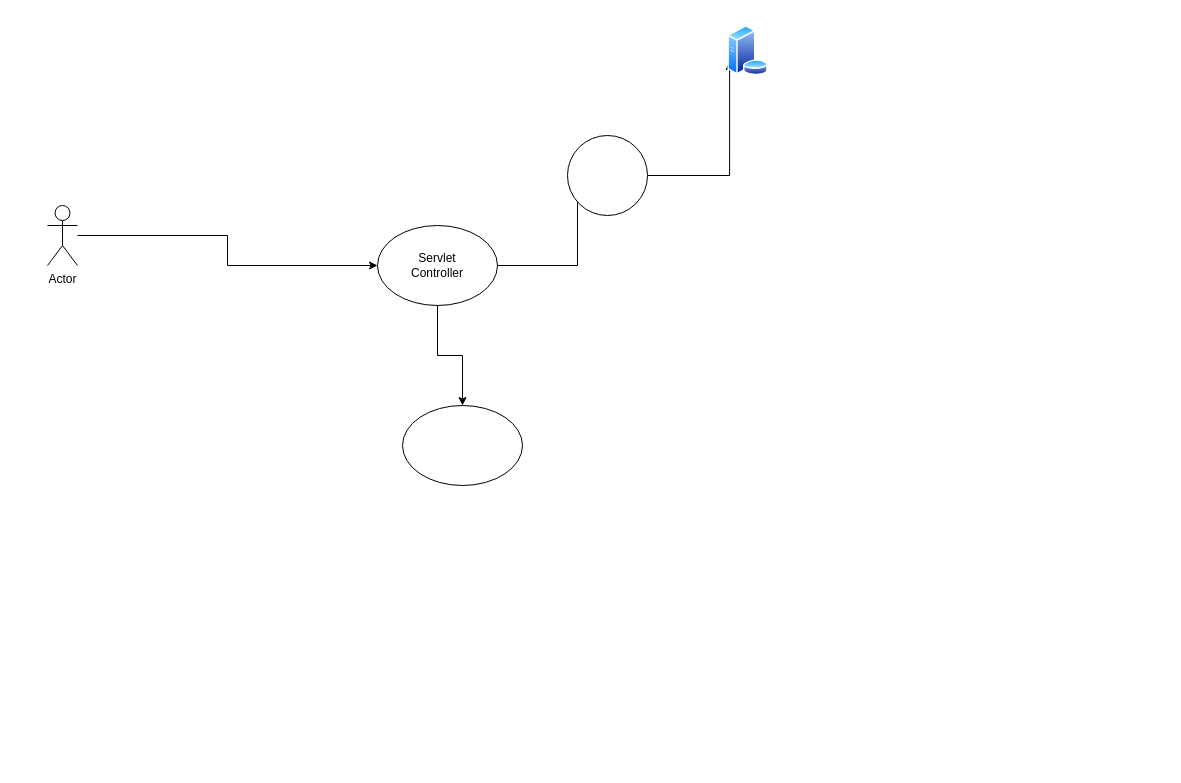
The draw.io diagram page "MVC" (14 of 14) of batch33.drawio in jayramrout/batch33, before the edit. Source tidied: cells renumbered, new cells numbered last; positions are measured from the earlier drawing's top-left corner, leaving out a move shared by most shapes. Both pictures are drawn from the tidied source at 100%, with x=0, y=0 at pixel (47, 25).
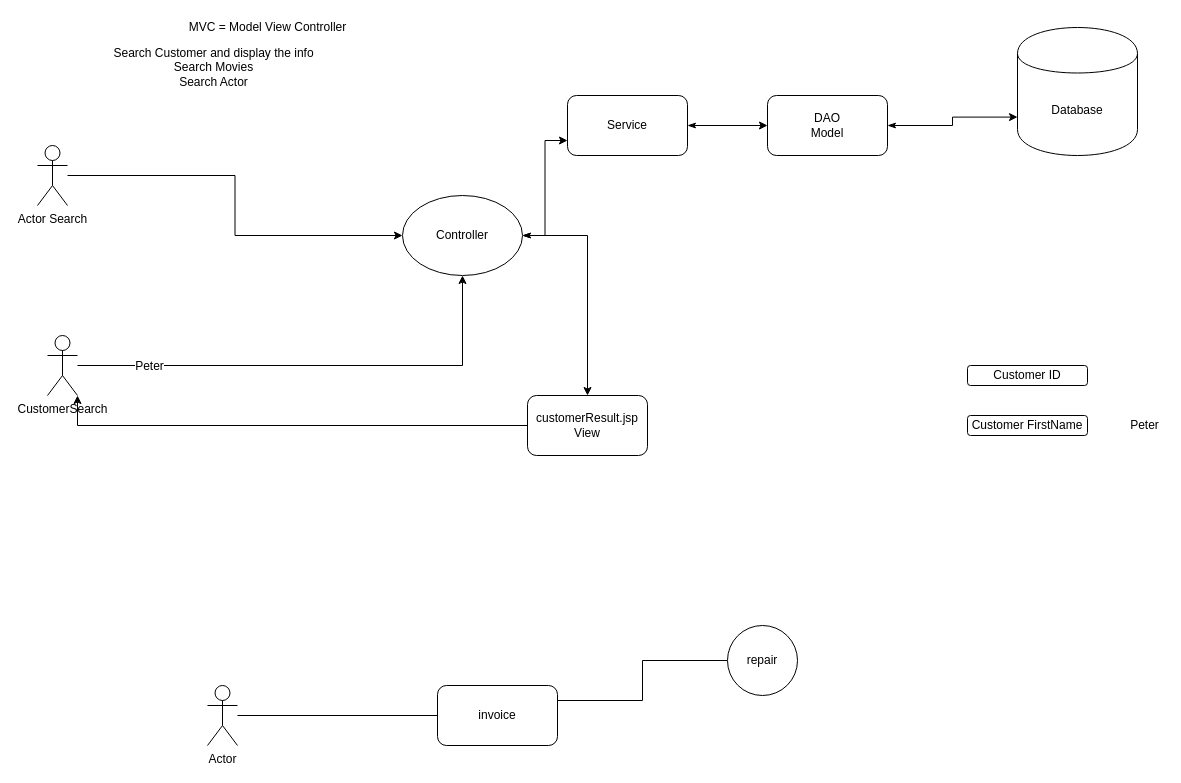
After the change.

Change to the diagram source:
```diff
@@
-    <mxCell id="2" style="edgeStyle=orthogonalEdgeStyle;rounded=0;jettySize=auto;html=1;entryX=0.125;entryY=0.625;entryDx=0;entryDy=0;entryPerimeter=0;" parent="1" edge="1" source="4" target="8">
-      <mxGeometry relative="1" as="geometry" />
-    </mxCell>
-    <mxCell id="3" style="edgeStyle=orthogonalEdgeStyle;rounded=0;jettySize=auto;html=1;" parent="1" edge="1" source="4" target="10">
-      <mxGeometry relative="1" as="geometry" />
-    </mxCell>
+    <mxCell id="11" style="edgeStyle=orthogonalEdgeStyle;rounded=0;jettySize=auto;html=1;entryX=0;entryY=0.75;entryDx=0;entryDy=0;startArrow=classicThin;startFill=1;" parent="1" edge="1" source="4" target="22">
+      <mxGeometry relative="1" as="geometry" />
+    </mxCell>
+    <mxCell id="12" style="edgeStyle=orthogonalEdgeStyle;rounded=0;jettySize=auto;html=1;startArrow=classicThin;startFill=1;" parent="1" edge="1" source="4" target="19">
+      <mxGeometry relative="1" as="geometry" />
+    </mxCell>
-    <mxCell id="4" value="Servlet&lt;br&gt;Controller" style="ellipse;whiteSpace=wrap;html=1;" parent="1" vertex="1">
-      <mxGeometry x="330" y="200" width="120" height="80" as="geometry" />
+    <mxCell id="4" value="Controller" style="ellipse;whiteSpace=wrap;html=1;" parent="1" vertex="1">
+      <mxGeometry x="355" y="170" width="120" height="80" as="geometry" />
     </mxCell>
@@
-    <mxCell id="6" value="Actor" style="shape=umlActor;verticalLabelPosition=bottom;labelBackgroundColor=#ffffff;verticalAlign=top;html=1;outlineConnect=0;" parent="1" vertex="1">
-      <mxGeometry y="180" width="30" height="60" as="geometry" />
+    <mxCell id="6" value="Actor Search" style="shape=umlActor;verticalLabelPosition=bottom;labelBackgroundColor=#ffffff;verticalAlign=top;html=1;outlineConnect=0;" parent="1" vertex="1">
+      <mxGeometry x="-10" y="120" width="30" height="60" as="geometry" />
     </mxCell>
-    <mxCell id="7" style="edgeStyle=orthogonalEdgeStyle;rounded=0;jettySize=auto;html=1;entryX=0;entryY=0.75;entryDx=0;entryDy=0;" parent="1" edge="1" source="8" target="9">
-      <mxGeometry relative="1" as="geometry" />
-    </mxCell>
-    <mxCell id="8" style="ellipse;whiteSpace=wrap;html=1;" parent="1" vertex="1">
-      <mxGeometry x="520" y="110" width="80" height="80" as="geometry" />
-    </mxCell>
-    <mxCell id="9" style="perimeter=ellipsePerimeter;html=1;align=center;shadow=0;dashed=0;spacingTop=3;image;image=img/lib/active_directory/database_server.svg;" parent="1" vertex="1">
-      <mxGeometry x="680" width="41" height="50" as="geometry" />
-    </mxCell>
-    <mxCell id="10" style="ellipse;whiteSpace=wrap;html=1;" parent="1" vertex="1">
-      <mxGeometry x="355" y="380" width="120" height="80" as="geometry" />
-    </mxCell>
+    <mxCell id="13" value="MVC = Model View Controller" style="text;html=1;align=center;verticalAlign=middle;" parent="1" vertex="1">
+      <mxGeometry x="135" y="-8" width="170" height="20" as="geometry" />
+    </mxCell>
+    <mxCell id="14" value="Search Customer and display the info&lt;br&gt;Search Movies&lt;br&gt;Search Actor" style="text;html=1;align=center;verticalAlign=middle;" parent="1" vertex="1">
+      <mxGeometry x="56" y="17" width="220" height="50" as="geometry" />
+    </mxCell>
+    <mxCell id="15" style="edgeStyle=orthogonalEdgeStyle;rounded=0;jettySize=auto;html=1;" parent="1" edge="1" source="17" target="4">
+      <mxGeometry relative="1" as="geometry" />
+    </mxCell>
+    <mxCell id="16" value="Peter" style="text;html=1;align=center;verticalAlign=middle;labelBackgroundColor=#ffffff;" parent="15" vertex="1">
+      <mxGeometry x="-0.7" relative="1" as="geometry" />
+    </mxCell>
+    <mxCell id="17" value="CustomerSearch" style="shape=umlActor;verticalLabelPosition=bottom;labelBackgroundColor=#ffffff;verticalAlign=top;html=1;outlineConnect=0;" parent="1" vertex="1">
+      <mxGeometry y="310" width="30" height="60" as="geometry" />
+    </mxCell>
+    <mxCell id="18" style="edgeStyle=orthogonalEdgeStyle;rounded=0;jettySize=auto;html=1;entryX=1;entryY=1;entryDx=0;entryDy=0;entryPerimeter=0;startArrow=none;startFill=0;endArrow=classic;endFill=1;" parent="1" edge="1" source="19" target="17">
+      <mxGeometry relative="1" as="geometry" />
+    </mxCell>
+    <mxCell id="19" value="customerResult.jsp&lt;br&gt;View" style="rounded=1;whiteSpace=wrap;html=1;" parent="1" vertex="1">
+      <mxGeometry x="480" y="370" width="120" height="60" as="geometry" />
+    </mxCell>
+    <mxCell id="20" value="Database" style="shape=cylinder;whiteSpace=wrap;html=1;boundedLbl=1;backgroundOutline=1;" parent="1" vertex="1">
+      <mxGeometry x="970" y="2" width="120" height="128" as="geometry" />
+    </mxCell>
+    <mxCell id="21" style="edgeStyle=orthogonalEdgeStyle;rounded=0;jettySize=auto;html=1;startArrow=classicThin;startFill=1;" parent="1" edge="1" source="22" target="24">
+      <mxGeometry relative="1" as="geometry" />
+    </mxCell>
+    <mxCell id="22" value="Service" style="rounded=1;whiteSpace=wrap;html=1;" parent="1" vertex="1">
+      <mxGeometry x="520" y="70" width="120" height="60" as="geometry" />
+    </mxCell>
+    <mxCell id="23" style="edgeStyle=orthogonalEdgeStyle;rounded=0;jettySize=auto;html=1;entryX=0;entryY=0.7;entryDx=0;entryDy=0;startArrow=classicThin;startFill=1;" parent="1" edge="1" source="24" target="20">
+      <mxGeometry relative="1" as="geometry" />
+    </mxCell>
+    <mxCell id="24" value="DAO&lt;br&gt;Model" style="rounded=1;whiteSpace=wrap;html=1;" parent="1" vertex="1">
+      <mxGeometry x="720" y="70" width="120" height="60" as="geometry" />
+    </mxCell>
+    <mxCell id="25" value="Customer ID" style="rounded=1;whiteSpace=wrap;html=1;" parent="1" vertex="1">
+      <mxGeometry x="920" y="340" width="120" height="20" as="geometry" />
+    </mxCell>
+    <mxCell id="26" value="Customer FirstName" style="rounded=1;whiteSpace=wrap;html=1;" parent="1" vertex="1">
+      <mxGeometry x="920" y="390" width="120" height="20" as="geometry" />
+    </mxCell>
+    <mxCell id="27" value="Peter" style="text;html=1;align=center;verticalAlign=middle;" parent="1" vertex="1">
+      <mxGeometry x="1077" y="390" width="40" height="20" as="geometry" />
+    </mxCell>
+    <mxCell id="28" style="edgeStyle=orthogonalEdgeStyle;rounded=0;jettySize=auto;html=1;entryX=0;entryY=0.5;entryDx=0;entryDy=0;startArrow=none;startFill=0;endArrow=none;endFill=0;" parent="1" edge="1" source="29" target="30">
+      <mxGeometry relative="1" as="geometry" />
+    </mxCell>
+    <mxCell id="29" value="Actor" style="shape=umlActor;verticalLabelPosition=bottom;labelBackgroundColor=#ffffff;verticalAlign=top;html=1;outlineConnect=0;" parent="1" vertex="1">
+      <mxGeometry x="160" y="660" width="30" height="60" as="geometry" />
+    </mxCell>
+    <mxCell id="30" value="invoice" style="rounded=1;whiteSpace=wrap;html=1;" parent="1" vertex="1">
+      <mxGeometry x="390" y="660" width="120" height="60" as="geometry" />
+    </mxCell>
+    <mxCell id="31" style="edgeStyle=orthogonalEdgeStyle;rounded=0;jettySize=auto;html=1;entryX=1;entryY=0.25;entryDx=0;entryDy=0;startArrow=none;startFill=0;endArrow=none;endFill=0;" parent="1" edge="1" source="32" target="30">
+      <mxGeometry relative="1" as="geometry" />
+    </mxCell>
+    <mxCell id="32" value="repair" style="ellipse;whiteSpace=wrap;html=1;" parent="1" vertex="1">
+      <mxGeometry x="680" y="600" width="70" height="70" as="geometry" />
+    </mxCell>
```
